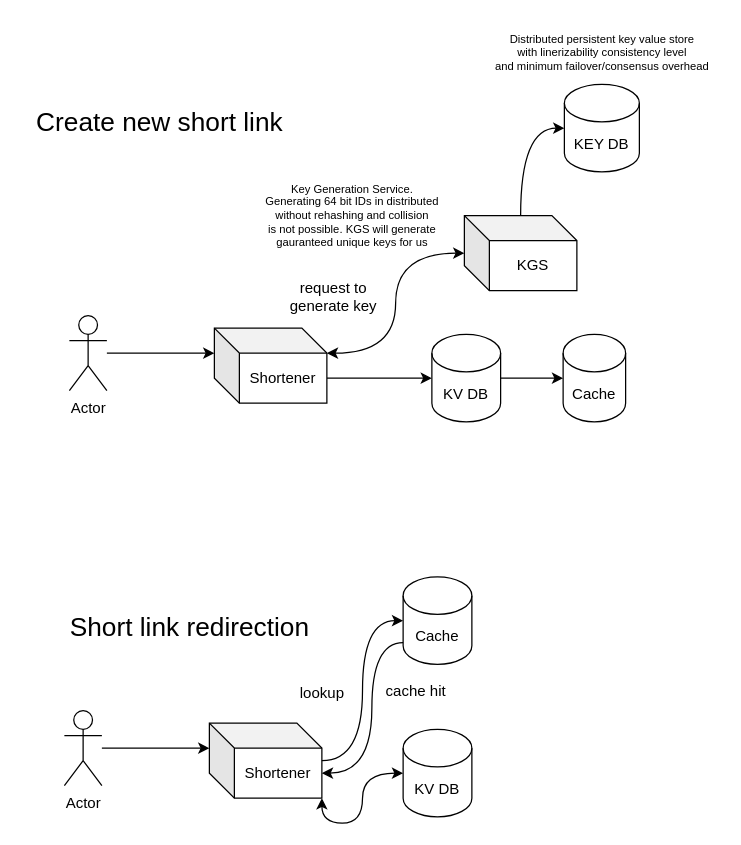
Earlier version of the draw.io diagram docs/design.drawio (alirezaarzehgar/url-shortener). Source tidied: cells renumbered, new cells numbered last; positions are measured from the earlier drawing's top-left corner, leaving out a move shared by most shapes. Both pictures are drawn from the tidied source at 125%, with x=0, y=0 at pixel (21, 21).
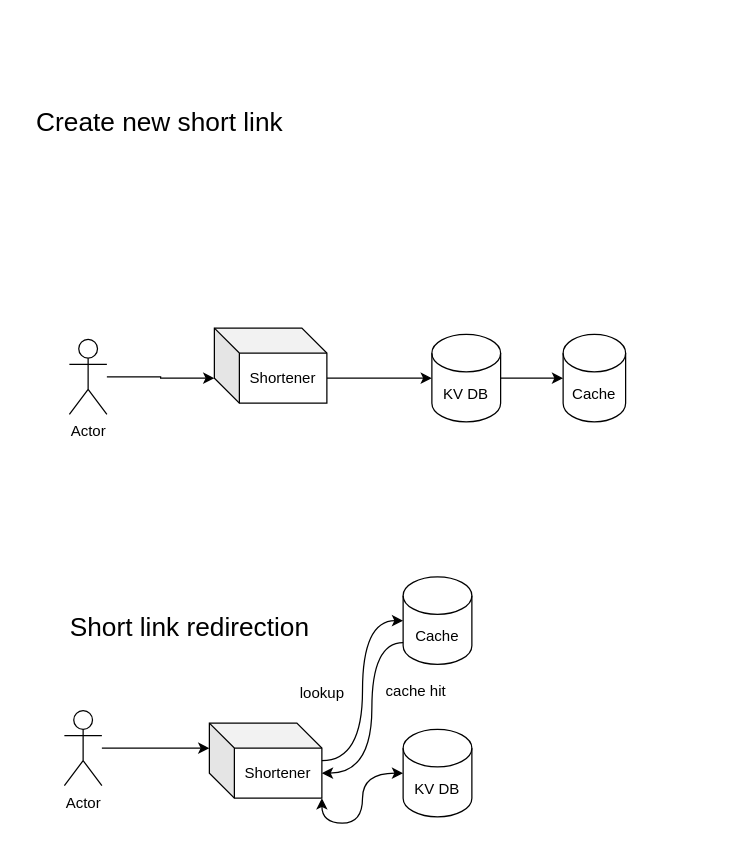
The same diagram, later.

The change refers to these unchanged cells:
```xml
<mxCell id="4" value="Shortener" style="shape=cube;whiteSpace=wrap;html=1;boundedLbl=1;backgroundOutline=1;darkOpacity=0.05;darkOpacity2=0.1;" parent="1" vertex="1">
  <mxGeometry x="154" y="245" width="90" height="60" as="geometry" />
</mxCell>
```

Change to the diagram source:
```diff
@@
     <mxCell id="2" value="Actor" style="shape=umlActor;verticalLabelPosition=bottom;verticalAlign=top;html=1;" parent="1" vertex="1">
-      <mxGeometry x="38" y="235" width="30" height="60" as="geometry" />
+      <mxGeometry x="38" y="254" width="30" height="60" as="geometry" />
     </mxCell>
@@
-    <mxCell id="5" style="edgeStyle=orthogonalEdgeStyle;rounded=0;jettySize=auto;html=1;entryX=0;entryY=0;entryDx=0;entryDy=20;entryPerimeter=0;" parent="1" edge="1" source="2" target="4">
+    <mxCell id="5" style="edgeStyle=orthogonalEdgeStyle;rounded=0;jettySize=auto;html=1;entryX=0;entryY=0;entryDx=0;entryDy=40;entryPerimeter=0;" parent="1" edge="1" source="2" target="4">
       <mxGeometry relative="1" as="geometry" />
     </mxCell>
@@
-    <mxCell id="7" value="KGS" style="shape=cube;whiteSpace=wrap;html=1;boundedLbl=1;backgroundOutline=1;darkOpacity=0.05;darkOpacity2=0.1;" parent="1" vertex="1">
-      <mxGeometry x="354" y="155" width="90" height="60" as="geometry" />
-    </mxCell>
-    <mxCell id="8" value="KEY DB" style="shape=cylinder3;whiteSpace=wrap;html=1;boundedLbl=1;backgroundOutline=1;size=15;" parent="1" vertex="1">
-      <mxGeometry x="434" y="50" width="60" height="70" as="geometry" />
-    </mxCell>
-    <mxCell id="9" style="edgeStyle=orthogonalEdgeStyle;rounded=0;jettySize=auto;html=1;entryX=0;entryY=0.5;entryDx=0;entryDy=0;entryPerimeter=0;curved=1;" parent="1" edge="1" source="7" target="8">
-      <mxGeometry relative="1" as="geometry" />
-    </mxCell>
@@
-    <mxCell id="13" value="Distributed persistent key value store&lt;div&gt;with linerizability consistency level&lt;/div&gt;&lt;div&gt;and minimum failover/consensus overhead&lt;/div&gt;" style="text;html=1;align=center;verticalAlign=middle;strokeColor=none;fillColor=none;fontSize=9;" parent="1" vertex="1">
-      <mxGeometry x="369" width="190" height="50" as="geometry" />
-    </mxCell>
-    <mxCell id="14" style="edgeStyle=orthogonalEdgeStyle;rounded=0;jettySize=auto;html=1;entryX=0;entryY=0;entryDx=90;entryDy=20;entryPerimeter=0;startArrow=classic;startFill=1;curved=1;" parent="1" edge="1" source="7" target="4">
-      <mxGeometry relative="1" as="geometry" />
-    </mxCell>
-    <mxCell id="15" value="Key Generation Service.&lt;div&gt;Generating 64 bit IDs in distributed&lt;/div&gt;&lt;div&gt;without rehashing and collision&lt;/div&gt;&lt;div&gt;is not possible. KGS will generate&lt;/div&gt;&lt;div&gt;gauranteed unique keys for us&lt;/div&gt;" style="text;html=1;align=center;verticalAlign=middle;strokeColor=none;fillColor=none;fontSize=9;" parent="1" vertex="1">
-      <mxGeometry x="184" y="120" width="160" height="70" as="geometry" />
-    </mxCell>
@@
-    <mxCell id="22" value="request to&lt;div&gt;generate key&lt;/div&gt;" style="text;html=1;align=center;verticalAlign=middle;strokeColor=none;fillColor=none;" parent="1" vertex="1">
-      <mxGeometry x="204" y="200" width="90" height="40" as="geometry" />
-    </mxCell>
```
